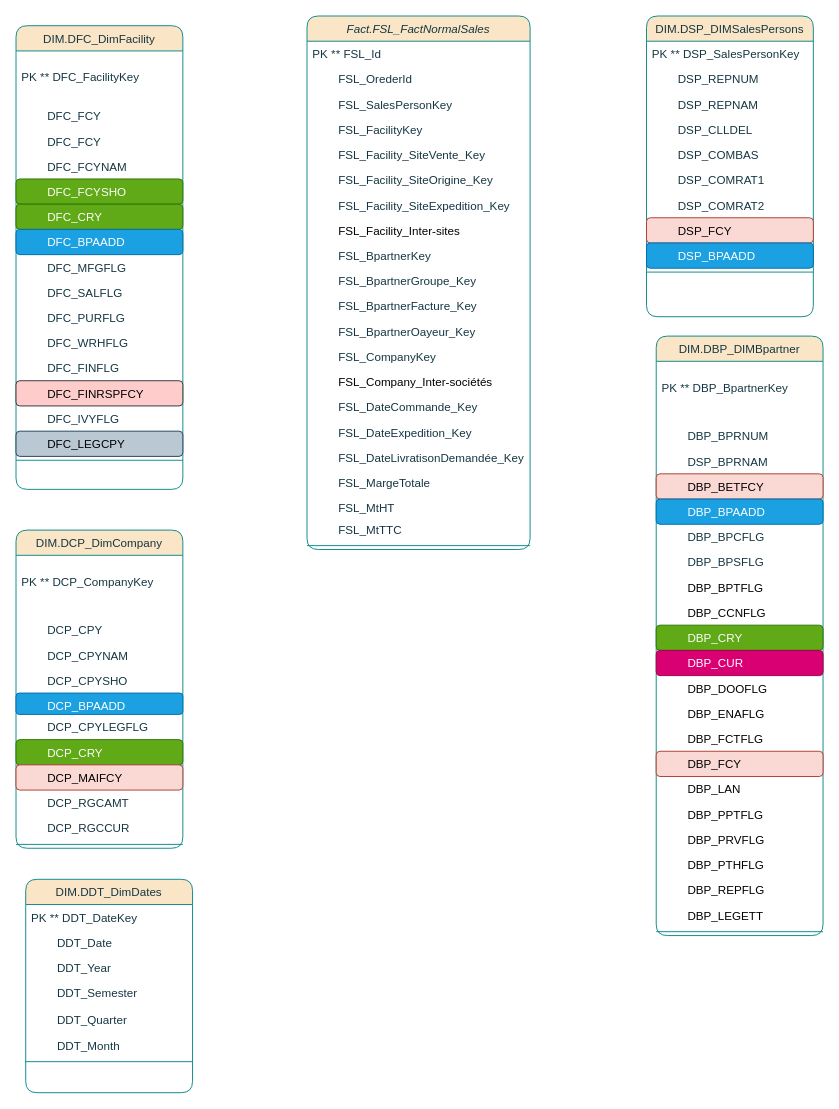
Earlier version of the draw.io diagram Diagramme de classe.drawio (BorchaniMohamed/BI_PROJECT_PFE). Source tidied: cells renumbered, new cells numbered last; positions are measured from the earlier drawing's top-left corner, leaving out a move shared by most shapes. Both pictures are drawn from the tidied source at 97%, with x=0, y=0 at pixel (16, 16).
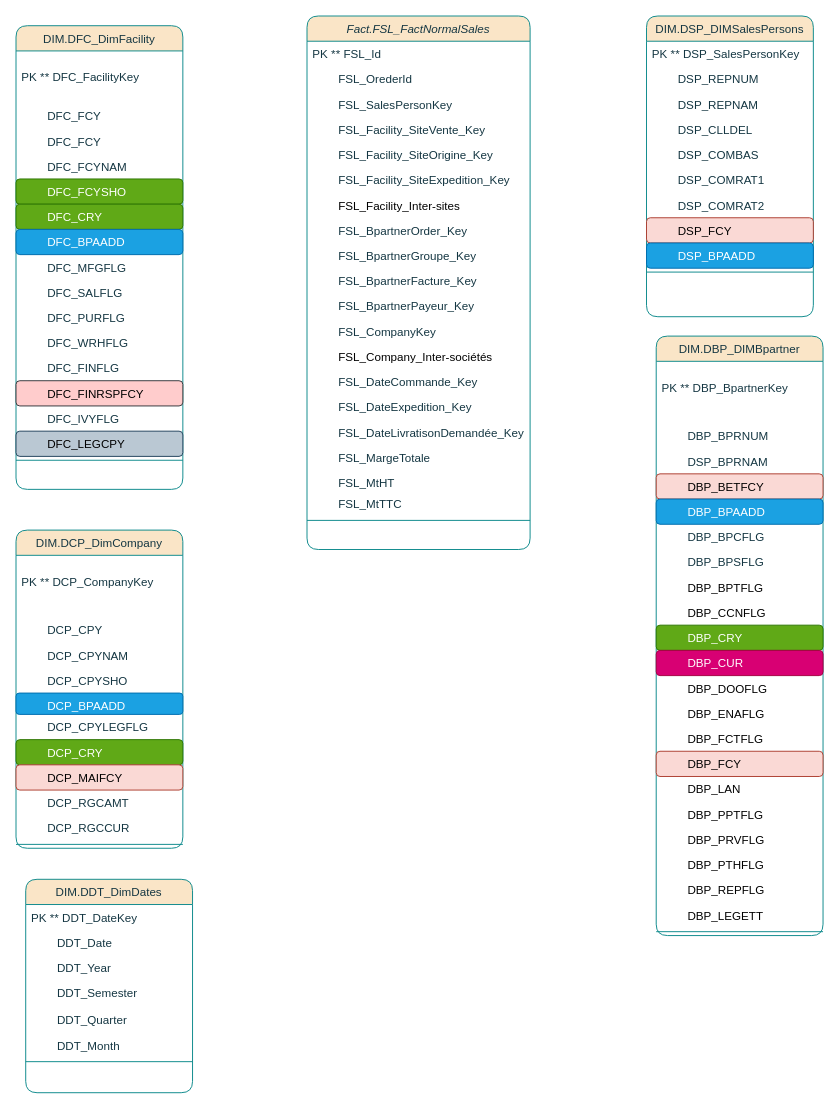
After the change.

Commit message (it also covers changes not shown here):
Mettre à jour Diagramme de classe.drawio

Unchanged cells that the change refers to:
```xml
<mxCell id="2" value="Fact.FSL_FactNormalSales" style="swimlane;fontStyle=2;align=center;verticalAlign=top;horizontal=1;startSize=26;rounded=1;shadow=0;strokeWidth=1;labelBackgroundColor=none;fillColor=#FAE5C7;strokeColor=#0F8B8D;fontColor=#143642;" parent="1" vertex="1">
  <mxGeometry x="300" width="230" height="550" as="geometry" />
</mxCell>
```

The edit, as a diff of the source:
```diff
@@
-    <mxCell id="6" value="        FSL_FacilityKey" style="text;align=left;verticalAlign=top;spacingLeft=4;spacingRight=4;overflow=hidden;rounded=1;shadow=0;html=0;labelBackgroundColor=none;fontColor=#143642;" parent="2" vertex="1">
-      <mxGeometry y="104" width="230" height="26" as="geometry" />
-    </mxCell>
     <mxCell id="7" value="        FSL_Facility_SiteVente_Key" style="text;align=left;verticalAlign=top;spacingLeft=4;spacingRight=4;overflow=hidden;rounded=1;shadow=0;html=0;labelBackgroundColor=none;fontColor=#143642;" parent="2" vertex="1">
-      <mxGeometry y="130" width="230" height="26" as="geometry" />
+      <mxGeometry y="104" width="230" height="26" as="geometry" />
     </mxCell>
     <mxCell id="8" value="        FSL_Facility_SiteOrigine_Key" style="text;align=left;verticalAlign=top;spacingLeft=4;spacingRight=4;overflow=hidden;rounded=1;shadow=0;html=0;labelBackgroundColor=none;fontColor=#143642;" parent="2" vertex="1">
-      <mxGeometry y="156" width="230" height="26" as="geometry" />
+      <mxGeometry y="130" width="230" height="26" as="geometry" />
     </mxCell>
     <mxCell id="9" value="        FSL_Facility_SiteExpedition_Key" style="text;align=left;verticalAlign=top;spacingLeft=4;spacingRight=4;overflow=hidden;rounded=1;shadow=0;html=0;labelBackgroundColor=none;fontColor=#143642;" parent="2" vertex="1">
-      <mxGeometry y="182" width="230" height="26" as="geometry" />
+      <mxGeometry y="156" width="230" height="26" as="geometry" />
     </mxCell>
     <mxCell id="10" value="        FSL_Facility_Inter-sites " style="text;align=left;verticalAlign=top;spacingLeft=4;spacingRight=4;overflow=hidden;rounded=1;shadow=0;html=0;labelBackgroundColor=none;" parent="2" vertex="1">
-      <mxGeometry y="208" width="230" height="26" as="geometry" />
+      <mxGeometry y="182" width="230" height="26" as="geometry" />
     </mxCell>
-    <mxCell id="11" value="        FSL_BpartnerKey" style="text;align=left;verticalAlign=top;spacingLeft=4;spacingRight=4;overflow=hidden;rounded=1;shadow=0;html=0;labelBackgroundColor=none;fontColor=#143642;" parent="2" vertex="1">
-      <mxGeometry y="234" width="230" height="26" as="geometry" />
+    <mxCell id="11" value="        FSL_BpartnerOrder_Key" style="text;align=left;verticalAlign=top;spacingLeft=4;spacingRight=4;overflow=hidden;rounded=1;shadow=0;html=0;labelBackgroundColor=none;fontColor=#143642;" parent="2" vertex="1">
+      <mxGeometry y="208" width="230" height="26" as="geometry" />
     </mxCell>
     <mxCell id="12" value="        FSL_BpartnerGroupe_Key" style="text;align=left;verticalAlign=top;spacingLeft=4;spacingRight=4;overflow=hidden;rounded=1;shadow=0;html=0;labelBackgroundColor=none;fontColor=#143642;" parent="2" vertex="1">
-      <mxGeometry y="260" width="230" height="26" as="geometry" />
+      <mxGeometry y="234" width="230" height="26" as="geometry" />
     </mxCell>
     <mxCell id="13" value="        FSL_BpartnerFacture_Key" style="text;align=left;verticalAlign=top;spacingLeft=4;spacingRight=4;overflow=hidden;rounded=1;shadow=0;html=0;labelBackgroundColor=none;fontColor=#143642;" parent="2" vertex="1">
-      <mxGeometry y="286" width="230" height="26" as="geometry" />
+      <mxGeometry y="260" width="230" height="26" as="geometry" />
     </mxCell>
-    <mxCell id="14" value="        FSL_BpartnerOayeur_Key" style="text;align=left;verticalAlign=top;spacingLeft=4;spacingRight=4;overflow=hidden;rounded=1;shadow=0;html=0;labelBackgroundColor=none;fontColor=#143642;" parent="2" vertex="1">
-      <mxGeometry y="312" width="230" height="26" as="geometry" />
+    <mxCell id="14" value="        FSL_BpartnerPayeur_Key" style="text;align=left;verticalAlign=top;spacingLeft=4;spacingRight=4;overflow=hidden;rounded=1;shadow=0;html=0;labelBackgroundColor=none;fontColor=#143642;" parent="2" vertex="1">
+      <mxGeometry y="286" width="230" height="26" as="geometry" />
     </mxCell>
     <mxCell id="15" value="        FSL_CompanyKey" style="text;align=left;verticalAlign=top;spacingLeft=4;spacingRight=4;overflow=hidden;rounded=1;shadow=0;html=0;labelBackgroundColor=none;fontColor=#143642;" parent="2" vertex="1">
-      <mxGeometry y="338" width="230" height="26" as="geometry" />
+      <mxGeometry y="312" width="230" height="26" as="geometry" />
     </mxCell>
     <mxCell id="16" value="        FSL_Company_Inter-sociétés" style="text;align=left;verticalAlign=top;spacingLeft=4;spacingRight=4;overflow=hidden;rounded=1;shadow=0;html=0;labelBackgroundColor=none;" parent="2" vertex="1">
-      <mxGeometry y="364" width="230" height="26" as="geometry" />
+      <mxGeometry y="338" width="230" height="26" as="geometry" />
     </mxCell>
     <mxCell id="17" value="        FSL_DateCommande_Key" style="text;align=left;verticalAlign=top;spacingLeft=4;spacingRight=4;overflow=hidden;rounded=1;shadow=0;html=0;labelBackgroundColor=none;fontColor=#143642;" parent="2" vertex="1">
-      <mxGeometry y="390" width="230" height="26" as="geometry" />
+      <mxGeometry y="364" width="230" height="26" as="geometry" />
     </mxCell>
     <mxCell id="18" value="        FSL_DateExpedition_Key" style="text;align=left;verticalAlign=top;spacingLeft=4;spacingRight=4;overflow=hidden;rounded=1;shadow=0;html=0;labelBackgroundColor=none;fontColor=#143642;" parent="2" vertex="1">
-      <mxGeometry y="416" width="230" height="26" as="geometry" />
+      <mxGeometry y="390" width="230" height="26" as="geometry" />
     </mxCell>
     <mxCell id="19" value="        FSL_DateLivratisonDemandée_Key" style="text;align=left;verticalAlign=top;spacingLeft=4;spacingRight=4;overflow=hidden;rounded=1;shadow=0;html=0;labelBackgroundColor=none;fontColor=#143642;" parent="2" vertex="1">
-      <mxGeometry y="442" width="230" height="26" as="geometry" />
+      <mxGeometry y="416" width="230" height="26" as="geometry" />
     </mxCell>
     <mxCell id="20" value="        FSL_MargeTotale" style="text;align=left;verticalAlign=top;spacingLeft=4;spacingRight=4;overflow=hidden;rounded=1;shadow=0;html=0;labelBackgroundColor=none;fontColor=#143642;" parent="2" vertex="1">
-      <mxGeometry y="468" width="230" height="26" as="geometry" />
+      <mxGeometry y="442" width="230" height="26" as="geometry" />
     </mxCell>
     <mxCell id="21" value="        FSL_MtHT" style="text;align=left;verticalAlign=top;spacingLeft=4;spacingRight=4;overflow=hidden;rounded=1;shadow=0;html=0;labelBackgroundColor=none;fontColor=#143642;" parent="2" vertex="1">
-      <mxGeometry y="494" width="230" height="22" as="geometry" />
+      <mxGeometry y="468" width="230" height="22" as="geometry" />
     </mxCell>
     <mxCell id="22" value="        FSL_MtTTC" style="text;align=left;verticalAlign=top;spacingLeft=4;spacingRight=4;overflow=hidden;rounded=1;shadow=0;html=0;labelBackgroundColor=none;fontColor=#143642;" parent="2" vertex="1">
-      <mxGeometry y="516" width="230" height="26" as="geometry" />
+      <mxGeometry y="490" width="230" height="26" as="geometry" />
     </mxCell>
     <mxCell id="23" style="line;html=1;strokeWidth=1;align=left;verticalAlign=middle;spacingTop=-1;spacingLeft=3;spacingRight=3;labelPosition=right;labelBackgroundColor=none;fillColor=#FAE5C7;strokeColor=#0F8B8D;fontColor=#143642;rounded=1;" parent="2" vertex="1">
-      <mxGeometry y="542" width="230" height="8" as="geometry" />
+      <mxGeometry y="516" width="230" height="8" as="geometry" />
     </mxCell>
```
